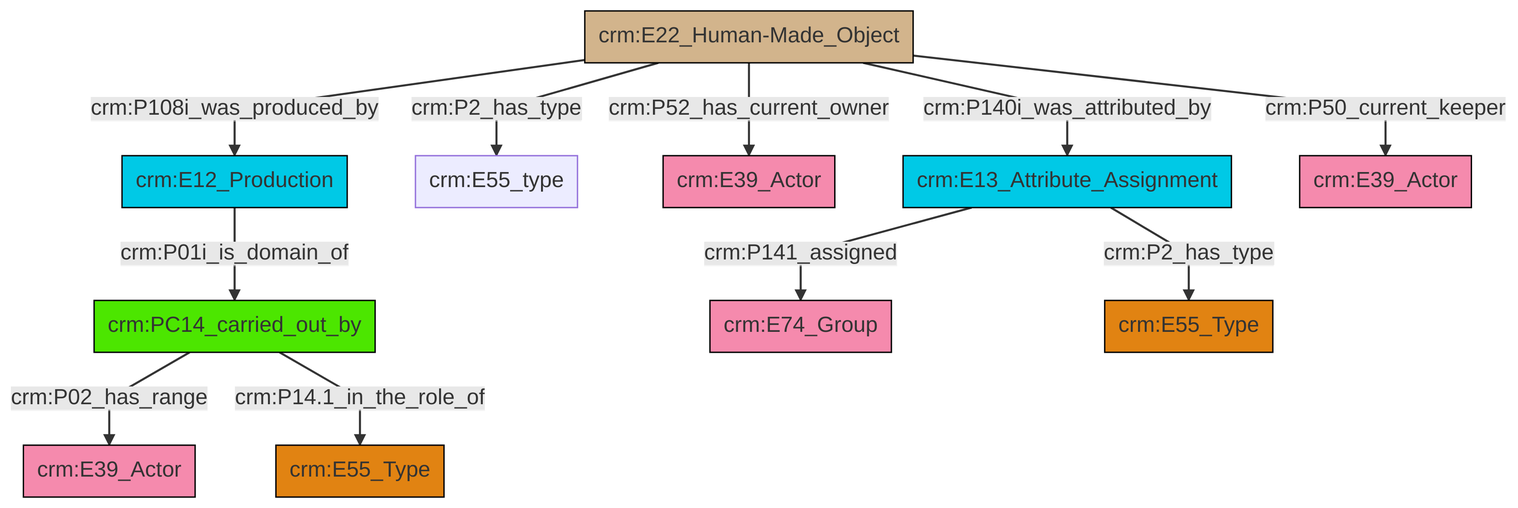
Earlier version of the Mermaid export et/artworkCSV/ttl/mmd/png/Artwork_Actor_Relations.png (swiss-art-research-net/reference-data-models). Its source is kept beside it as et/artworkCSV/ttl/mmd/Artwork_Actor_Relations.ttl.mmd.
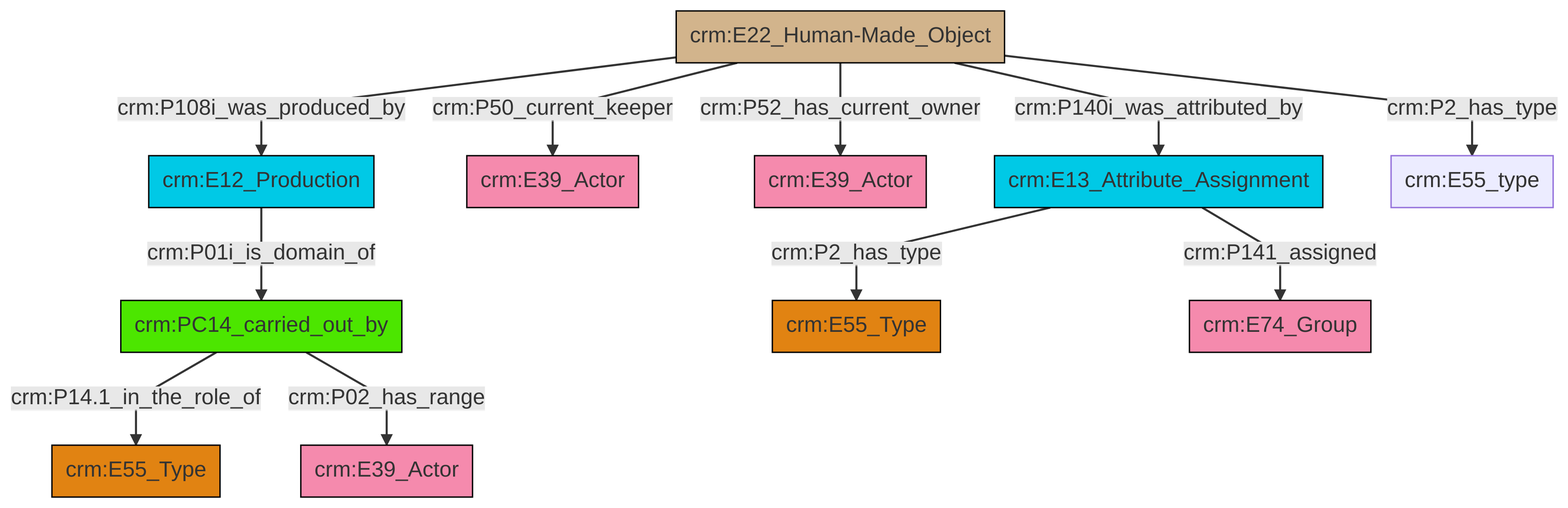
Above is the later version.

Change to the diagram source:
```diff
@@ -13,13 +13,13 @@
 classDef PC_Classes fill:#4ce600, stroke:#000000;
 classDef Multi fill:#cccccc,stroke:#000000;
 
-4["crm:E22_Human-Made_Object"]:::Physical_Thing -->|crm:P108i_was_produced_by| 5["crm:E12_Production"]:::Temporal_Entity
-0["crm:E13_Attribute_Assignment"]:::Temporal_Entity -->|crm:P141_assigned| 6["crm:E74_Group"]:::Actor
-7["crm:PC14_carried_out_by"]:::PC_Classes -->|crm:P02_has_range| 8["crm:E39_Actor"]:::Actor
-7["crm:PC14_carried_out_by"]:::PC_Classes -->|crm:P14.1_in_the_role_of| 9["crm:E55_Type"]:::Type
-0["crm:E13_Attribute_Assignment"]:::Temporal_Entity -->|crm:P2_has_type| 13["crm:E55_Type"]:::Type
-5["crm:E12_Production"]:::Temporal_Entity -->|crm:P01i_is_domain_of| 7["crm:PC14_carried_out_by"]:::PC_Classes
-4["crm:E22_Human-Made_Object"]:::Physical_Thing -->|crm:P2_has_type| 10["crm:E55_type"]:::Default
-4["crm:E22_Human-Made_Object"]:::Physical_Thing -->|crm:P52_has_current_owner| 2["crm:E39_Actor"]:::Actor
-4["crm:E22_Human-Made_Object"]:::Physical_Thing -->|crm:P140i_was_attributed_by| 0["crm:E13_Attribute_Assignment"]:::Temporal_Entity
-4["crm:E22_Human-Made_Object"]:::Physical_Thing -->|crm:P50_current_keeper| 20["crm:E39_Actor"]:::Actor
+4["crm:PC14_carried_out_by"]:::PC_Classes -->|crm:P14.1_in_the_role_of| 2["crm:E55_Type"]:::Type
+5["crm:E22_Human-Made_Object"]:::Physical_Thing -->|crm:P108i_was_produced_by| 6["crm:E12_Production"]:::Temporal_Entity
+5["crm:E22_Human-Made_Object"]:::Physical_Thing -->|crm:P50_current_keeper| 7["crm:E39_Actor"]:::Actor
+4["crm:PC14_carried_out_by"]:::PC_Classes -->|crm:P02_has_range| 9["crm:E39_Actor"]:::Actor
+15["crm:E13_Attribute_Assignment"]:::Temporal_Entity -->|crm:P2_has_type| 11["crm:E55_Type"]:::Type
+6["crm:E12_Production"]:::Temporal_Entity -->|crm:P01i_is_domain_of| 4["crm:PC14_carried_out_by"]:::PC_Classes
+5["crm:E22_Human-Made_Object"]:::Physical_Thing -->|crm:P52_has_current_owner| 13["crm:E39_Actor"]:::Actor
+15["crm:E13_Attribute_Assignment"]:::Temporal_Entity -->|crm:P141_assigned| 0["crm:E74_Group"]:::Actor
+5["crm:E22_Human-Made_Object"]:::Physical_Thing -->|crm:P140i_was_attributed_by| 15["crm:E13_Attribute_Assignment"]:::Temporal_Entity
+5["crm:E22_Human-Made_Object"]:::Physical_Thing -->|crm:P2_has_type| 16["crm:E55_type"]:::Default
```
